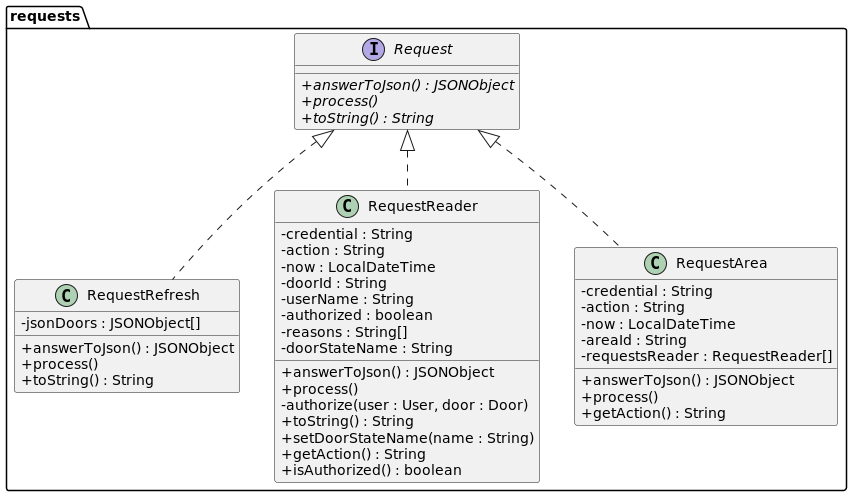
Above: acs_students-master/src/baseNoStates/uml/package_requests.png in marinamceb/PLABDS_Grup24_ACS (PlantUML), before the change. Its source is kept beside it as acs_students-master/src/baseNoStates/uml/package_requests.puml.
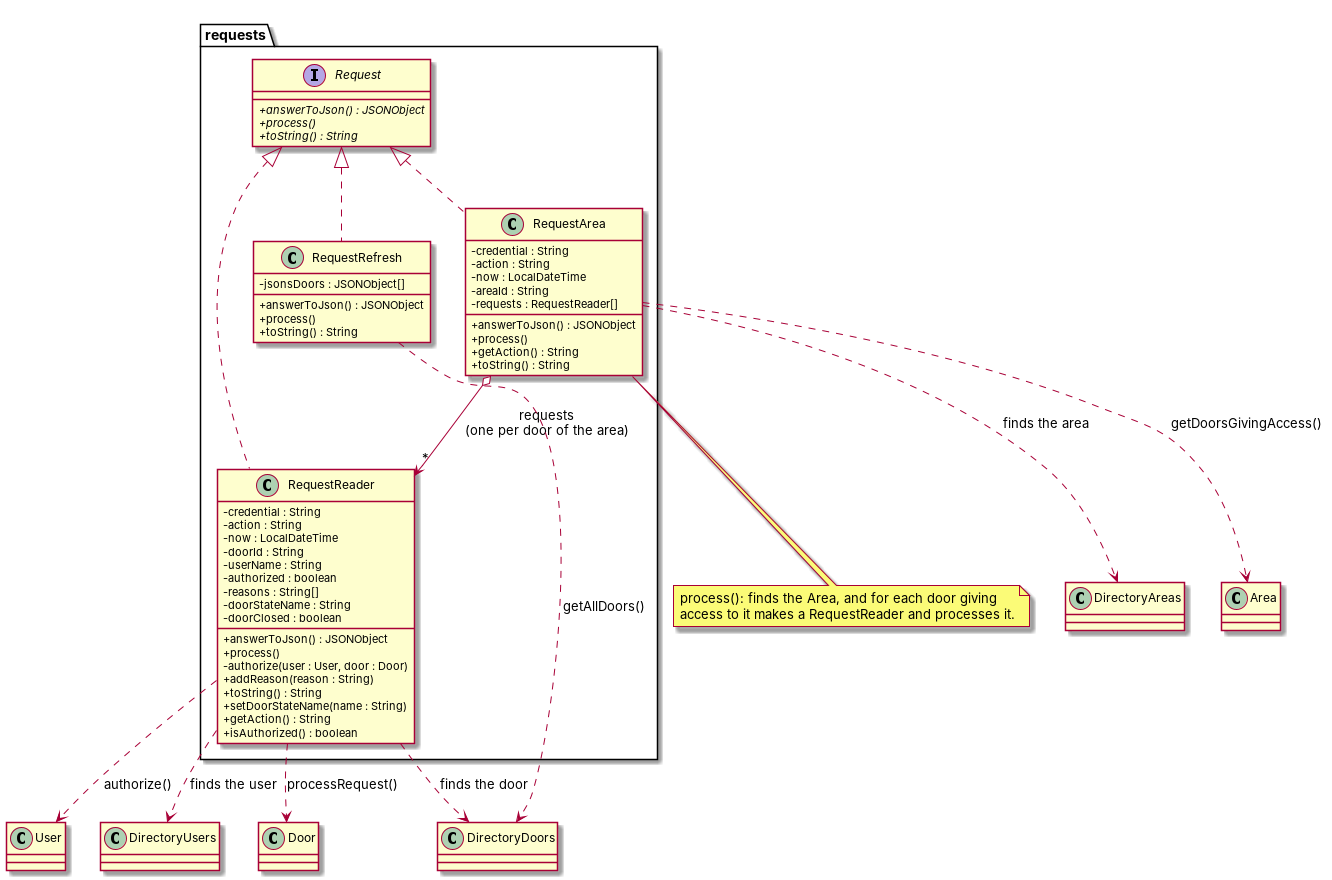
Above is the later version.

Commit message:
nous uml

Diff of the diagram source:
```diff
@@ -9,7 +9,7 @@
     }
 
     class RequestRefresh implements Request {
-    - jsonDoors : JSONObject[]
+    - jsonsDoors : JSONObject[]
     + answerToJson() : JSONObject
     + process()
     + toString() : String
@@ -24,9 +24,11 @@
     - authorized : boolean
     - reasons : String[]
     - doorStateName : String
+    - doorClosed : boolean
     + answerToJson() : JSONObject
     + process()
     - authorize(user : User, door : Door)
+    + addReason(reason : String)
     + toString() : String
     + setDoorStateName(name : String)
     + getAction() : String
@@ -38,12 +40,33 @@
     - action : String
     - now : LocalDateTime
     - areaId : String
-    - requestsReader : RequestReader[]
+    - requests : RequestReader[]
     + answerToJson() : JSONObject
     + process()
     + getAction() : String
+    + toString() : String
     }
 }
 
+RequestArea o--> "*" RequestReader : "requests\n(one per door of the area)"
 
+note bottom of RequestArea
+process(): finds the Area, and for each door giving
+access to it makes a RequestReader and processes it.
+end note
+
+class DirectoryAreas
+class DirectoryDoors
+class DirectoryUsers
+class Door
+class User
+class Area
+
+RequestReader ..> DirectoryUsers : finds the user
+RequestReader ..> DirectoryDoors : finds the door
+RequestReader ..> User : authorize()
+RequestReader ..> Door : processRequest()
+RequestArea ..> DirectoryAreas : finds the area
+RequestArea ..> Area : getDoorsGivingAccess()
+RequestRefresh ..> DirectoryDoors : getAllDoors()
 @enduml
```
